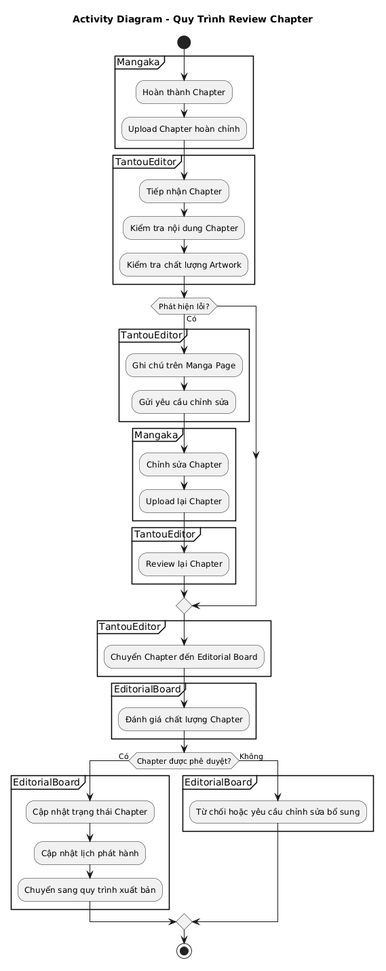
The PlantUML diagram assets/diagrams/Chapter3_IMAGE/Activity_Diagram_quy_trinh_Review_Chapter.png in trongtan0079/manga-workflow-report, before a commit. Source of this version:
```plantuml
@startuml
title Activity Diagram - Quy Trình Review Chapter

skinparam backgroundColor white
skinparam shadowing false
skinparam linetype ortho

start

partition Mangaka {
  :Hoàn thành Chapter;
  :Upload Chapter hoàn chỉnh;
}

partition TantouEditor {
  :Tiếp nhận Chapter;
  :Kiểm tra nội dung Chapter;
  :Kiểm tra chất lượng Artwork;
}

if (Phát hiện lỗi?) then (Có)
  partition TantouEditor {
    :Ghi chú trên Manga Page;
    :Gửi yêu cầu chỉnh sửa;
  }
  partition Mangaka {
    :Chỉnh sửa Chapter;
    :Upload lại Chapter;
  }
  partition TantouEditor {
    :Review lại Chapter;
  }
endif

partition TantouEditor {
  :Chuyển Chapter đến Editorial Board;
}

partition EditorialBoard {
  :Đánh giá chất lượng Chapter;
}

if (Chapter được phê duyệt?) then (Có)
  partition EditorialBoard {
    :Cập nhật trạng thái Chapter;
    :Cập nhật lịch phát hành;
    :Chuyển sang quy trình xuất bản;
  }
else (Không)
  partition EditorialBoard {
    :Từ chối hoặc yêu cầu chỉnh sửa bổ sung;
  }
endif

stop
@enduml
```
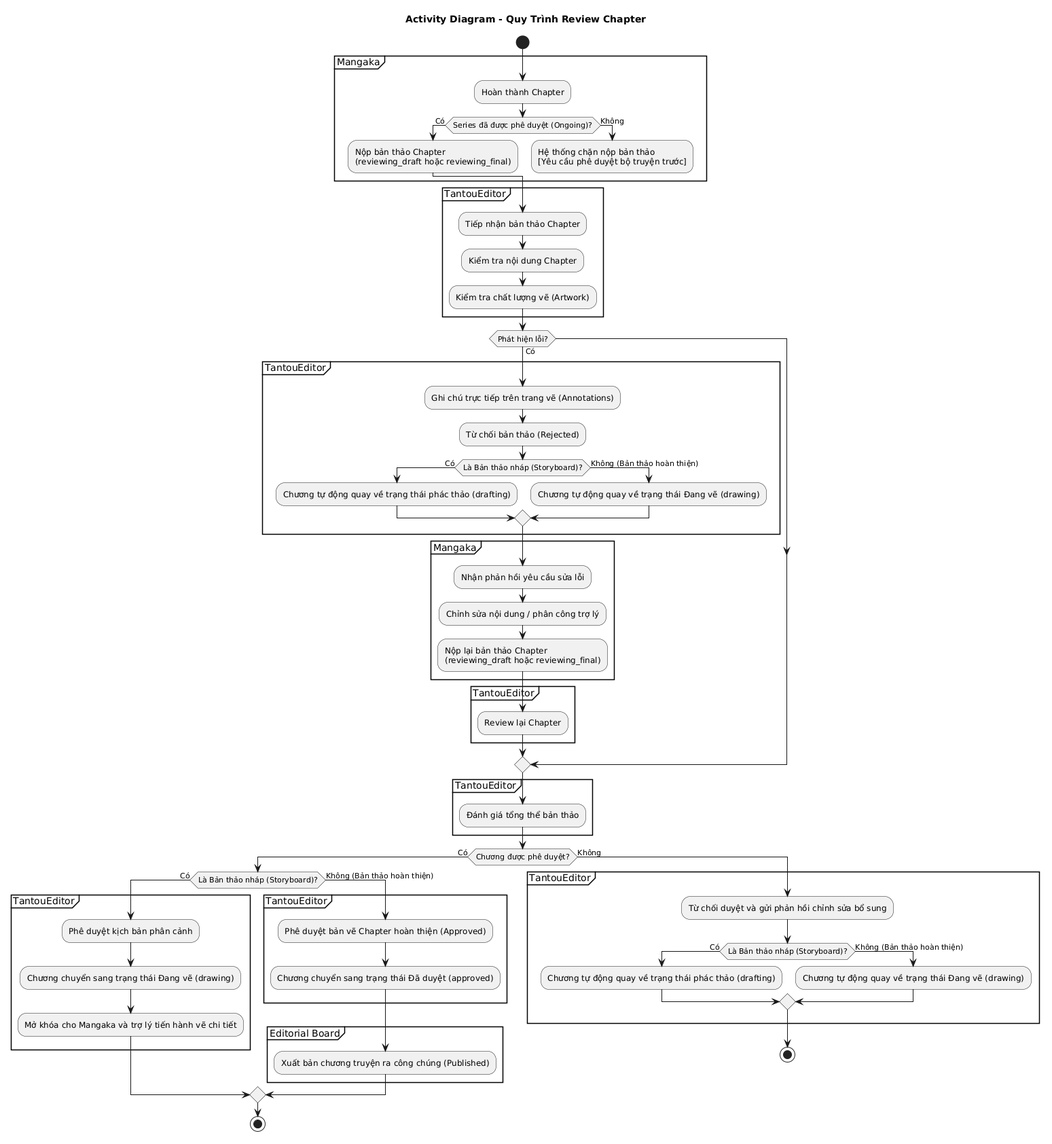
Above is the later version.

Change to the diagram source:
```diff
@@ -4,28 +4,40 @@
 skinparam backgroundColor white
 skinparam shadowing false
 skinparam linetype ortho
+skinparam activityDiamondOrientation vertical
 
 start
 
 partition Mangaka {
   :Hoàn thành Chapter;
-  :Upload Chapter hoàn chỉnh;
+  if (Series đã được phê duyệt (Ongoing)?) then (Có)
+    :Nộp bản thảo Chapter\n(reviewing_draft hoặc reviewing_final);
+  else (Không)
+    :Hệ thống chặn nộp bản thảo\n[Yêu cầu phê duyệt bộ truyện trước];
+    detach
+  endif
 }
 
 partition TantouEditor {
-  :Tiếp nhận Chapter;
+  :Tiếp nhận bản thảo Chapter;
   :Kiểm tra nội dung Chapter;
-  :Kiểm tra chất lượng Artwork;
+  :Kiểm tra chất lượng vẽ (Artwork);
 }
 
 if (Phát hiện lỗi?) then (Có)
   partition TantouEditor {
-    :Ghi chú trên Manga Page;
-    :Gửi yêu cầu chỉnh sửa;
+    :Ghi chú trực tiếp trên trang vẽ (Annotations);
+    :Từ chối bản thảo (Rejected);
+    if (Là Bản thảo nháp (Storyboard)?) then (Có)
+      :Chương tự động quay về trạng thái phác thảo (drafting);
+    else (Không (Bản thảo hoàn thiện))
+      :Chương tự động quay về trạng thái Đang vẽ (drawing);
+    endif
   }
   partition Mangaka {
-    :Chỉnh sửa Chapter;
-    :Upload lại Chapter;
+    :Nhận phản hồi yêu cầu sửa lỗi;
+    :Chỉnh sửa nội dung / phân công trợ lý;
+    :Nộp lại bản thảo Chapter\n(reviewing_draft hoặc reviewing_final);
   }
   partition TantouEditor {
     :Review lại Chapter;
@@ -33,24 +45,35 @@
 endif
 
 partition TantouEditor {
-  :Chuyển Chapter đến Editorial Board;
+  :Đánh giá tổng thể bản thảo;
 }
 
-partition EditorialBoard {
-  :Đánh giá chất lượng Chapter;
-}
-
-if (Chapter được phê duyệt?) then (Có)
-  partition EditorialBoard {
-    :Cập nhật trạng thái Chapter;
-    :Cập nhật lịch phát hành;
-    :Chuyển sang quy trình xuất bản;
+if (Chương được phê duyệt?) then (Có)
+  if (Là Bản thảo nháp (Storyboard)?) then (Có)
+    partition TantouEditor {
+      :Phê duyệt kịch bản phân cảnh;
+      :Chương chuyển sang trạng thái Đang vẽ (drawing);
+      :Mở khóa cho Mangaka và trợ lý tiến hành vẽ chi tiết;
+    }
+  else (Không (Bản thảo hoàn thiện))
+    partition TantouEditor {
+      :Phê duyệt bản vẽ Chapter hoàn thiện (Approved);
+      :Chương chuyển sang trạng thái Đã duyệt (approved);
+    }
+    partition "Editorial Board" {
+      :Xuất bản chương truyện ra công chúng (Published);
+    }
+  endif
+  stop
+else (Không)
+  partition TantouEditor {
+    :Từ chối duyệt và gửi phản hồi chỉnh sửa bổ sung;
+    if (Là Bản thảo nháp (Storyboard)?) then (Có)
+      :Chương tự động quay về trạng thái phác thảo (drafting);
+    else (Không (Bản thảo hoàn thiện))
+      :Chương tự động quay về trạng thái Đang vẽ (drawing);
+    endif
   }
-else (Không)
-  partition EditorialBoard {
-    :Từ chối hoặc yêu cầu chỉnh sửa bổ sung;
-  }
+  stop
 endif
-
-stop
 @enduml
```
